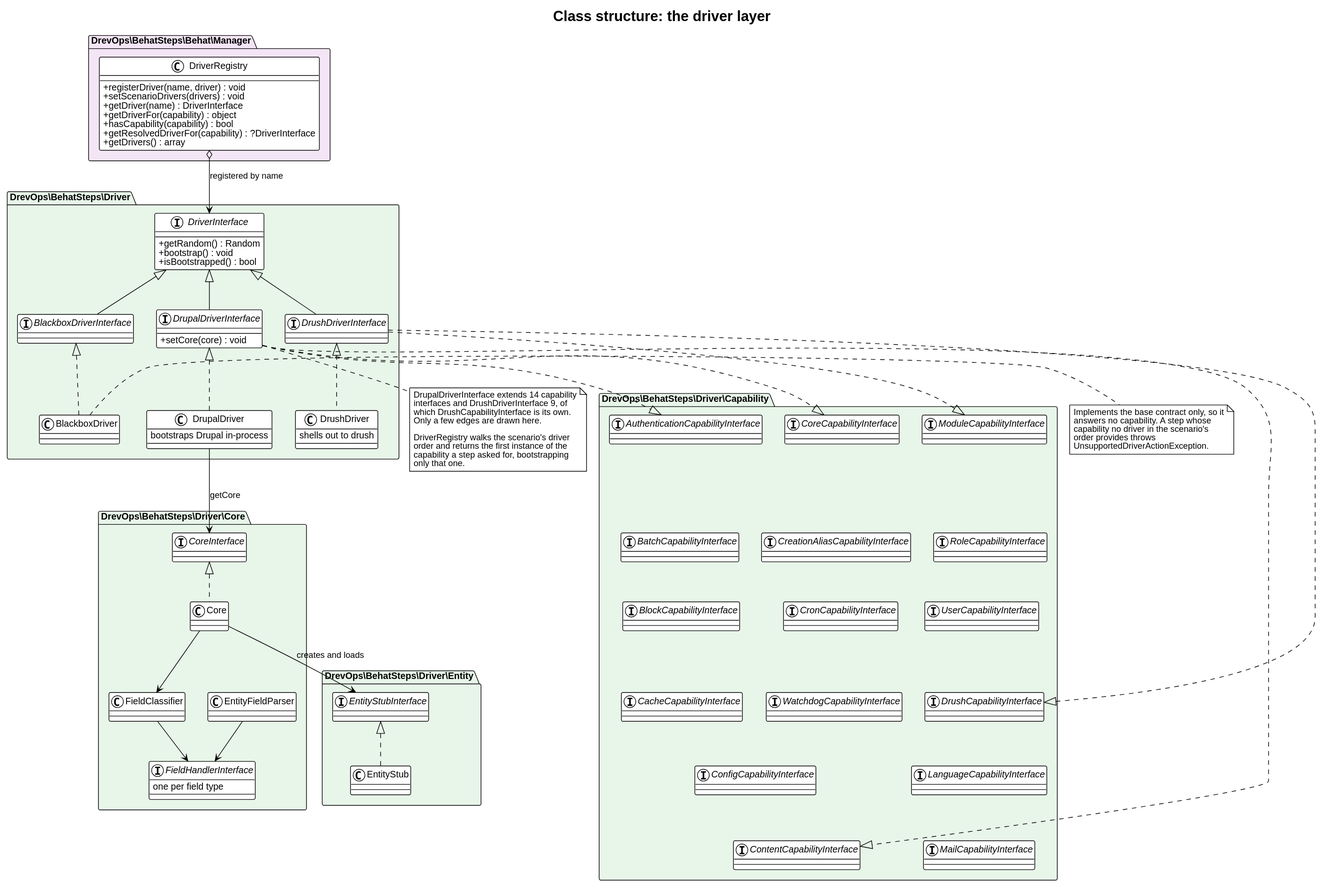
This is docs/architecture/class-drivers.svg from drevops/behat-steps, a PlantUML export, as it was before one commit.
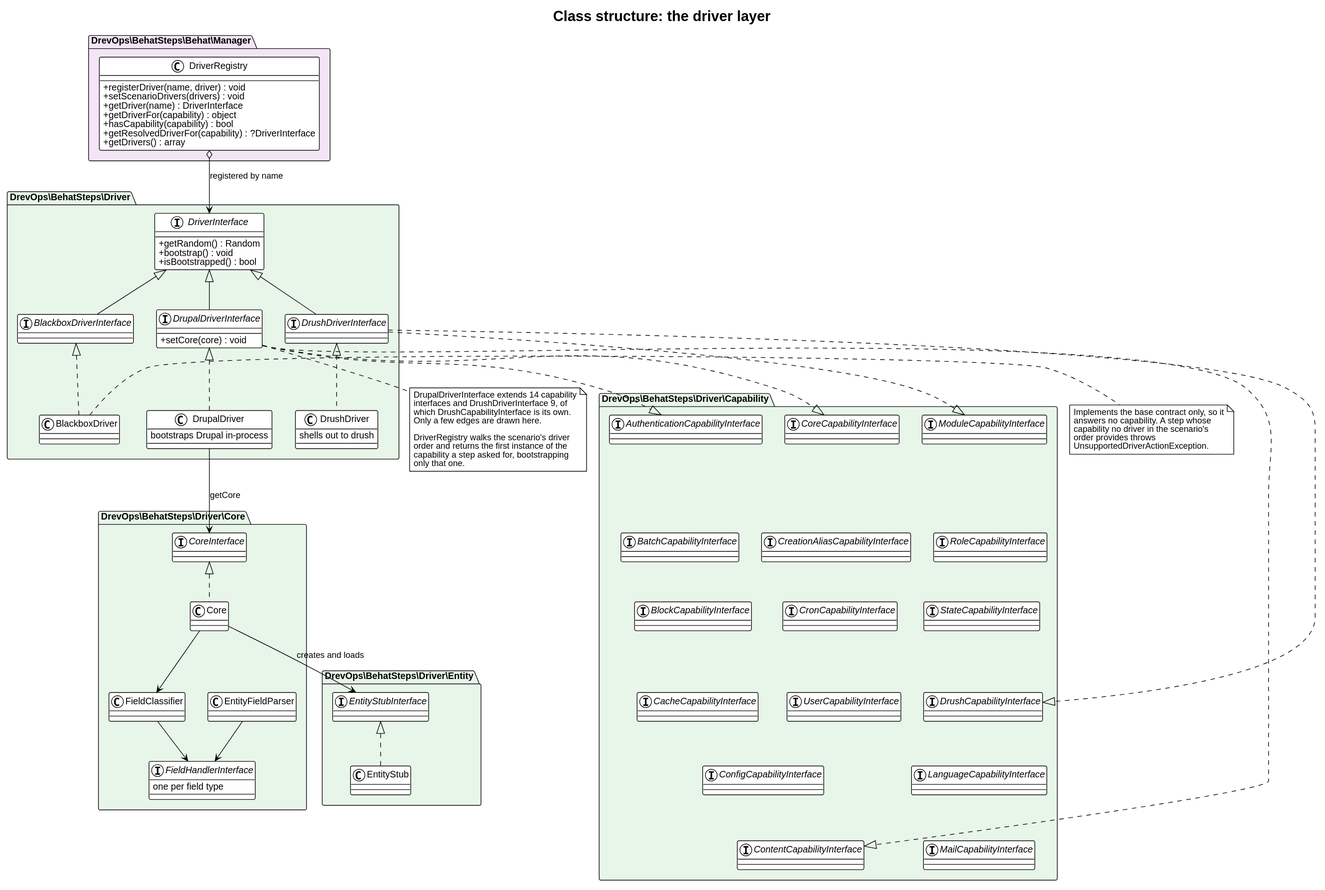
After the commit.

Diff of the diagram source:
```diff
@@ -64,8 +64,8 @@
   interface MailCapabilityInterface
   interface ModuleCapabilityInterface
   interface RoleCapabilityInterface
+  interface StateCapabilityInterface
   interface UserCapabilityInterface
-  interface WatchdogCapabilityInterface
 
   AuthenticationCapabilityInterface -[hidden]down- BatchCapabilityInterface
   BatchCapabilityInterface -[hidden]down- BlockCapabilityInterface
@@ -80,8 +80,8 @@
   LanguageCapabilityInterface -[hidden]down- MailCapabilityInterface
 
   ModuleCapabilityInterface -[hidden]down- RoleCapabilityInterface
-  RoleCapabilityInterface -[hidden]down- UserCapabilityInterface
-  UserCapabilityInterface -[hidden]down- WatchdogCapabilityInterface
+  RoleCapabilityInterface -[hidden]down- StateCapabilityInterface
+  StateCapabilityInterface -[hidden]down- UserCapabilityInterface
 }
 
 package "DrevOps\\BehatSteps\\Driver\\Core" #E8F5E9 {
```
